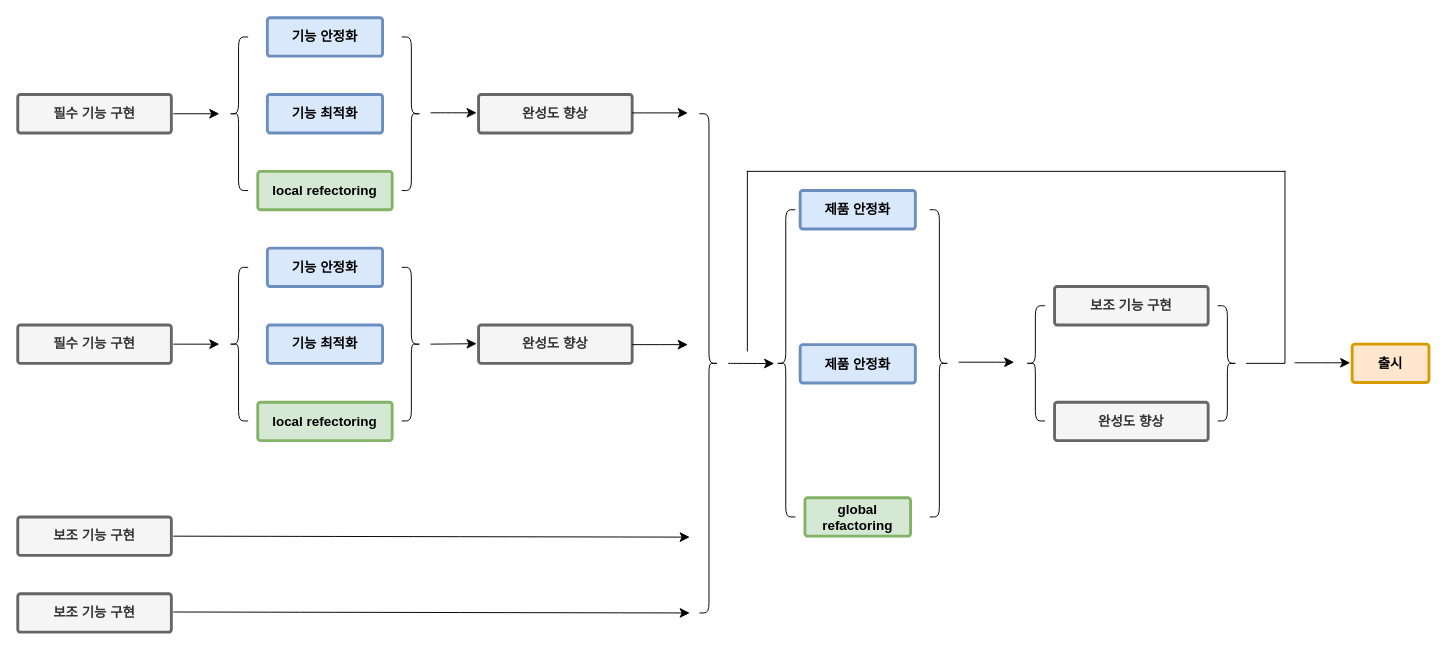
Earlier version of the draw.io diagram 개발 사이클.drawio (jjunbass89/Paper). Source tidied: cells renumbered, new cells numbered last; positions are measured from the earlier drawing's top-left corner, leaving out a move shared by most shapes. Both pictures are drawn from the tidied source at 96%, with x=0, y=0 at pixel (17, 17).
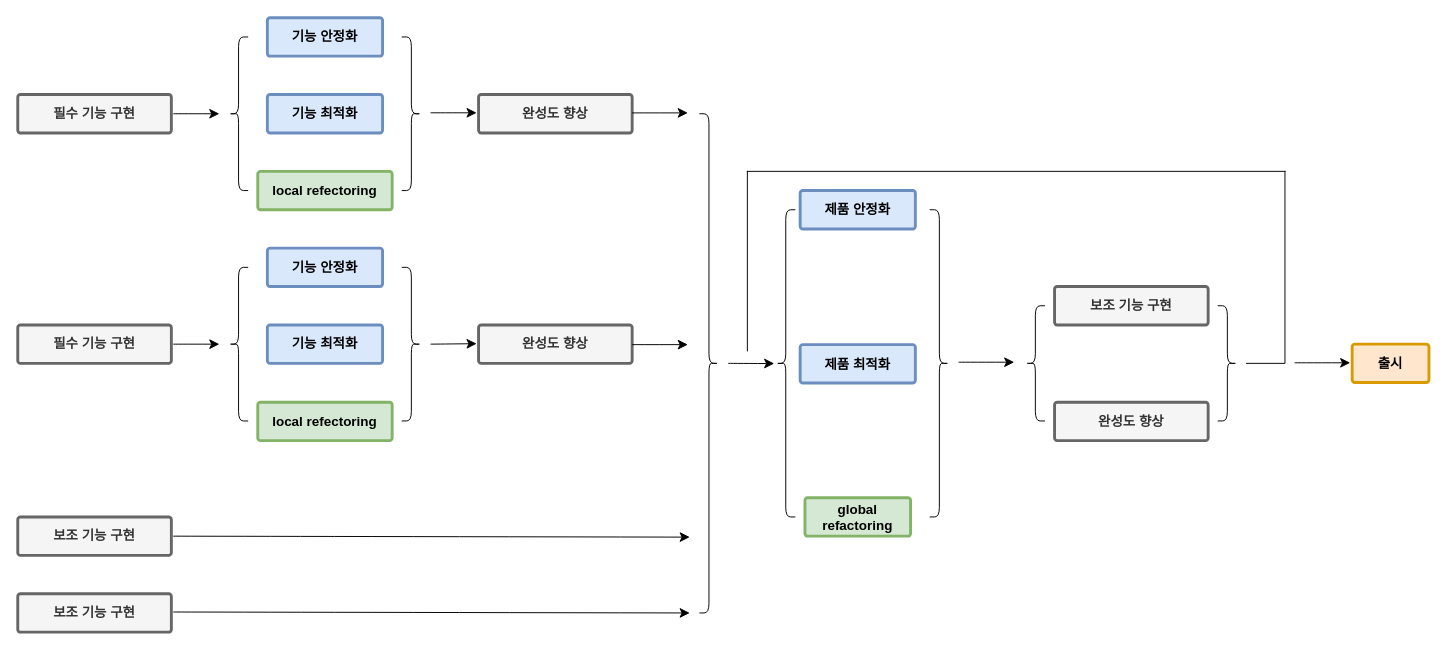
The same diagram, later.

Commit message (it also covers changes not shown here):
개발 사이클.drawio 업데이트

Change to the diagram source:
```diff
@@
-    <mxCell id="13" value="제품 안정화" style="rounded=1;whiteSpace=wrap;html=1;shadow=0;labelBackgroundColor=none;strokeColor=#6c8ebf;strokeWidth=3;fillColor=#dae8fc;fontFamily=Helvetica;fontSize=14;align=center;spacing=5;fontStyle=1;arcSize=7;perimeterSpacing=2;" parent="1" vertex="1">
+    <mxCell id="13" value="제품 최적화" style="rounded=1;whiteSpace=wrap;html=1;shadow=0;labelBackgroundColor=none;strokeColor=#6c8ebf;strokeWidth=3;fillColor=#dae8fc;fontFamily=Helvetica;fontSize=14;align=center;spacing=5;fontStyle=1;arcSize=7;perimeterSpacing=2;" parent="1" vertex="1">
       <mxGeometry x="815" y="340.5" width="120" height="40" as="geometry" />
     </mxCell>
```
